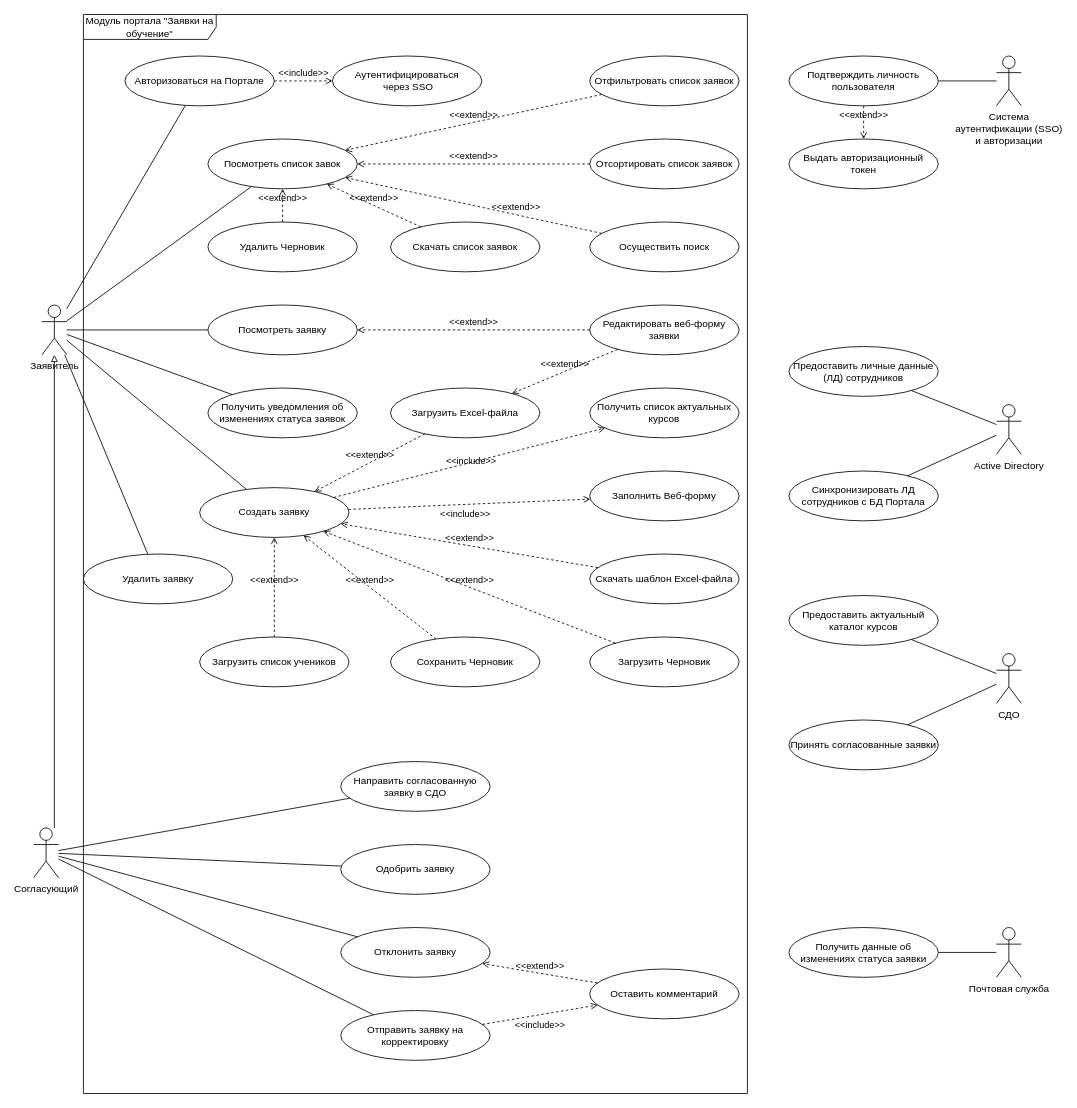
The draw.io diagram source/use_case/use_case_diagram.drawio in TrofimovMax/Information-Security-System, before the edit. Source tidied: cells renumbered, new cells numbered last; positions are measured from the earlier drawing's top-left corner, leaving out a move shared by most shapes. Both pictures are drawn from the tidied source at 83%, with x=0, y=0 at pixel (33, 14).
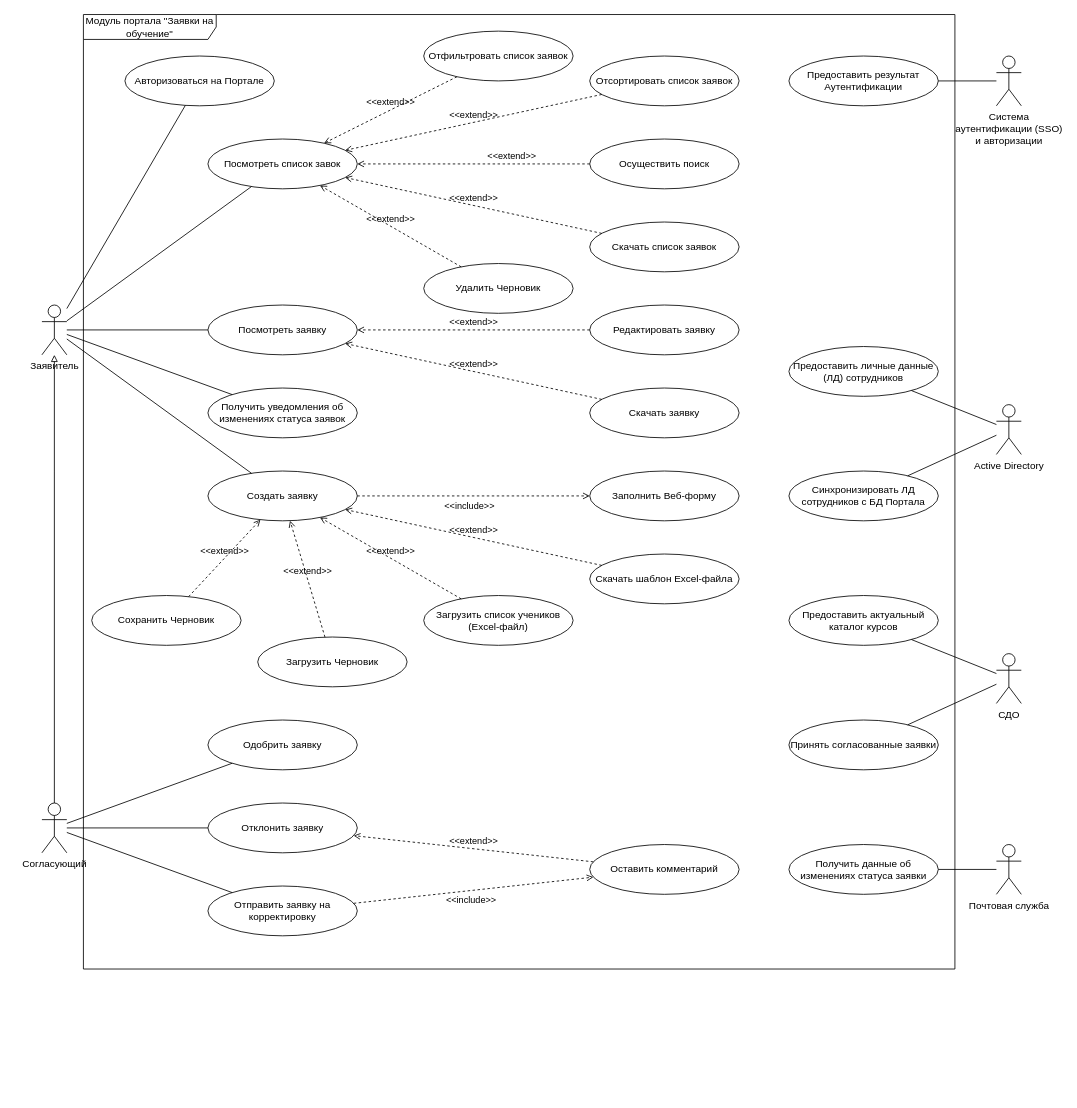
The same diagram, later.

Commit message (it also covers changes not shown here):
improvement: fixes after review part II

Unchanged cells that the change refers to:
```xml
<mxCell id="2" value="Заявитель" style="shape=umlActor;verticalLabelPosition=bottom;verticalAlign=top;html=1;" parent="1" vertex="1">
  <mxGeometry x="10" y="350" width="30" height="60" as="geometry" />
</mxCell>
<mxCell id="5" value="&lt;p&gt;&lt;/p&gt;&lt;p&gt;Авторизоваться на Портале&lt;/p&gt;" style="ellipse;whiteSpace=wrap;html=1;" parent="4" vertex="1">
  <mxGeometry x="50" y="50" width="180" height="60" as="geometry" />
</mxCell>
<mxCell id="26" value="&lt;p&gt;&lt;/p&gt;&lt;p&gt;Посмотреть заявку&lt;/p&gt;" style="ellipse;whiteSpace=wrap;html=1;" parent="4" vertex="1">
  <mxGeometry x="150" y="350" width="180" height="60" as="geometry" />
</mxCell>
```

Diff of the diagram source:
```diff
@@
     <mxCell id="3" value="Согласующий" style="shape=umlActor;verticalLabelPosition=bottom;verticalAlign=top;html=1;" parent="1" vertex="1">
-      <mxGeometry y="980" width="30" height="60" as="geometry" />
+      <mxGeometry x="10" y="950" width="30" height="60" as="geometry" />
     </mxCell>
     <mxCell id="4" value="&lt;span style=&quot;font-family: Helvetica; font-size: 12px; font-style: normal; font-variant-ligatures: normal; font-variant-caps: normal; font-weight: 400; letter-spacing: normal; orphans: 2; text-align: center; text-indent: 0px; text-transform: none; widows: 2; word-spacing: 0px; -webkit-text-stroke-width: 0px; white-space: normal; text-decoration-thickness: initial; text-decoration-style: initial; text-decoration-color: initial; float: none; display: inline !important;&quot;&gt;&lt;font style=&quot;color: rgb(0, 0, 0);&quot;&gt;Модуль портала &quot;Заявки на обучение&quot;&lt;/font&gt;&lt;/span&gt;" style="shape=umlFrame;whiteSpace=wrap;html=1;width=160;" parent="1" vertex="1">
-      <mxGeometry x="60" width="800" height="1300" as="geometry" />
+      <mxGeometry x="60" width="1050" height="1150" as="geometry" />
     </mxCell>
@@
-    <mxCell id="6" value="&lt;p&gt;&lt;/p&gt;&lt;p&gt;Аутентифицироваться&lt;br&gt;&amp;nbsp;через SSO&lt;/p&gt;" style="ellipse;whiteSpace=wrap;html=1;" parent="4" vertex="1">
-      <mxGeometry x="300" y="50" width="180" height="60" as="geometry" />
-    </mxCell>
-    <mxCell id="7" value="&amp;lt;&amp;lt;include&amp;gt;&amp;gt;" style="html=1;verticalAlign=bottom;labelBackgroundColor=none;endArrow=open;endFill=0;dashed=1;rounded=0;" parent="4" edge="1" source="5" target="6">
-      <mxGeometry relative="1" as="geometry" />
-    </mxCell>
@@
-    <mxCell id="9" value="&lt;p&gt;&lt;/p&gt;&lt;p&gt;Загрузить Excel-файла&lt;/p&gt;" style="ellipse;whiteSpace=wrap;html=1;" parent="4" vertex="1">
-      <mxGeometry x="370" y="450" width="180" height="60" as="geometry" />
+    <mxCell id="9" value="&lt;p&gt;&lt;/p&gt;&lt;p&gt;Загрузить список учеников (Excel-файл)&lt;/p&gt;" style="ellipse;whiteSpace=wrap;html=1;" parent="4" vertex="1">
+      <mxGeometry x="410" y="700" width="180" height="60" as="geometry" />
     </mxCell>
@@
-    <mxCell id="12" value="&lt;p&gt;&lt;/p&gt;&lt;p&gt;Получить список актуальных курсов&lt;/p&gt;" style="ellipse;whiteSpace=wrap;html=1;" parent="4" vertex="1">
-      <mxGeometry x="610" y="450" width="180" height="60" as="geometry" />
-    </mxCell>
-    <mxCell id="13" value="&lt;p&gt;&lt;/p&gt;&lt;p&gt;Редактировать веб-форму заявки&lt;/p&gt;" style="ellipse;whiteSpace=wrap;html=1;" parent="4" vertex="1">
+    <mxCell id="13" value="&lt;p&gt;&lt;/p&gt;&lt;p&gt;Редактировать заявку&lt;/p&gt;" style="ellipse;whiteSpace=wrap;html=1;" parent="4" vertex="1">
       <mxGeometry x="610" y="350" width="180" height="60" as="geometry" />
     </mxCell>
-    <mxCell id="14" value="&lt;p&gt;&lt;/p&gt;&lt;p&gt;Направить согласованную заявку в СДО&lt;/p&gt;" style="ellipse;whiteSpace=wrap;html=1;" parent="4" vertex="1">
-      <mxGeometry x="310" y="900" width="180" height="60" as="geometry" />
-    </mxCell>
     <mxCell id="15" value="&lt;p&gt;&lt;/p&gt;&lt;p&gt;Одобрить заявку&lt;/p&gt;" style="ellipse;whiteSpace=wrap;html=1;" parent="4" vertex="1">
-      <mxGeometry x="310" y="1000" width="180" height="60" as="geometry" />
+      <mxGeometry x="150" y="850" width="180" height="60" as="geometry" />
     </mxCell>
     <mxCell id="16" value="&lt;p&gt;&lt;/p&gt;&lt;p&gt;Отклонить заявку&lt;/p&gt;" style="ellipse;whiteSpace=wrap;html=1;" parent="4" vertex="1">
-      <mxGeometry x="310" y="1100" width="180" height="60" as="geometry" />
+      <mxGeometry x="150" y="950" width="180" height="60" as="geometry" />
     </mxCell>
     <mxCell id="17" value="&lt;p&gt;&lt;/p&gt;&lt;p&gt;Отправить заявку на корректировку&lt;/p&gt;" style="ellipse;whiteSpace=wrap;html=1;" parent="4" vertex="1">
-      <mxGeometry x="310" y="1200" width="180" height="60" as="geometry" />
+      <mxGeometry x="150" y="1050" width="180" height="60" as="geometry" />
     </mxCell>
     <mxCell id="18" value="&lt;p&gt;&lt;/p&gt;&lt;p&gt;Оставить комментарий&lt;/p&gt;" style="ellipse;whiteSpace=wrap;html=1;" parent="4" vertex="1">
-      <mxGeometry x="610" y="1150" width="180" height="60" as="geometry" />
+      <mxGeometry x="610" y="1000" width="180" height="60" as="geometry" />
     </mxCell>
@@
     <mxCell id="22" value="&lt;p&gt;&lt;/p&gt;&lt;p&gt;Отфильтровать список заявок&lt;/p&gt;" style="ellipse;whiteSpace=wrap;html=1;" parent="4" vertex="1">
-      <mxGeometry x="610" y="50" width="180" height="60" as="geometry" />
+      <mxGeometry x="410" y="20" width="180" height="60" as="geometry" />
     </mxCell>
     <mxCell id="23" value="&lt;p&gt;&lt;/p&gt;&lt;p&gt;Отсортировать список заявок&lt;/p&gt;" style="ellipse;whiteSpace=wrap;html=1;" parent="4" vertex="1">
-      <mxGeometry x="610" y="150" width="180" height="60" as="geometry" />
+      <mxGeometry x="610" y="50" width="180" height="60" as="geometry" />
     </mxCell>
@@
     <mxCell id="28" value="&lt;p&gt;&lt;/p&gt;&lt;p&gt;&lt;span style=&quot;font-weight: normal;&quot;&gt;Скачать список заявок&lt;/span&gt;&lt;/p&gt;" style="ellipse;whiteSpace=wrap;html=1;fontStyle=1;" parent="4" vertex="1">
-      <mxGeometry x="370" y="250" width="180" height="60" as="geometry" />
+      <mxGeometry x="610" y="250" width="180" height="60" as="geometry" />
     </mxCell>
@@
     <mxCell id="30" value="&lt;p&gt;&lt;/p&gt;&lt;p&gt;Осуществить поиск&lt;/p&gt;" style="ellipse;whiteSpace=wrap;html=1;" parent="4" vertex="1">
-      <mxGeometry x="610" y="250" width="180" height="60" as="geometry" />
+      <mxGeometry x="610" y="150" width="180" height="60" as="geometry" />
     </mxCell>
@@
     <mxCell id="32" value="&lt;p&gt;&lt;/p&gt;&lt;p&gt;Создать заявку&lt;/p&gt;" style="ellipse;whiteSpace=wrap;html=1;" parent="4" vertex="1">
-      <mxGeometry x="140" y="570" width="180" height="60" as="geometry" />
+      <mxGeometry x="150" y="550" width="180" height="60" as="geometry" />
     </mxCell>
@@
-    <mxCell id="34" value="&amp;lt;&amp;lt;extend&amp;gt;&amp;gt;" style="html=1;verticalAlign=bottom;labelBackgroundColor=none;endArrow=open;endFill=0;dashed=1;rounded=0;" parent="4" edge="1" source="13" target="9">
-      <mxGeometry relative="1" as="geometry" />
-    </mxCell>
     <mxCell id="35" value="&lt;p&gt;&lt;/p&gt;&lt;p&gt;Загрузить Черновик&lt;/p&gt;" style="ellipse;whiteSpace=wrap;html=1;" parent="4" vertex="1">
-      <mxGeometry x="610" y="750" width="180" height="60" as="geometry" />
+      <mxGeometry x="210" y="750" width="180" height="60" as="geometry" />
     </mxCell>
@@
-    <mxCell id="37" value="&lt;p&gt;&lt;/p&gt;&lt;p&gt;Загрузить список учеников&lt;/p&gt;" style="ellipse;whiteSpace=wrap;html=1;" parent="4" vertex="1">
-      <mxGeometry x="140" y="750" width="180" height="60" as="geometry" />
-    </mxCell>
-    <mxCell id="38" value="&amp;lt;&amp;lt;extend&amp;gt;&amp;gt;" style="html=1;verticalAlign=bottom;labelBackgroundColor=none;endArrow=open;endFill=0;dashed=1;rounded=0;" parent="4" edge="1" source="37" target="32">
-      <mxGeometry relative="1" as="geometry" />
-    </mxCell>
-    <mxCell id="39" value="&amp;lt;&amp;lt;include&amp;gt;&amp;gt;" style="html=1;verticalAlign=bottom;labelBackgroundColor=none;endArrow=open;endFill=0;dashed=1;rounded=0;" parent="4" edge="1" source="32" target="12">
-      <mxGeometry y="-7" relative="1" as="geometry" />
-    </mxCell>
     <mxCell id="40" value="&lt;p&gt;&lt;/p&gt;&lt;p&gt;Сохранить Черновик&lt;/p&gt;" style="ellipse;whiteSpace=wrap;html=1;" parent="4" vertex="1">
-      <mxGeometry x="370" y="750" width="180" height="60" as="geometry" />
+      <mxGeometry x="10" y="700" width="180" height="60" as="geometry" />
     </mxCell>
@@
     <mxCell id="44" value="&lt;p&gt;&lt;/p&gt;&lt;p&gt;Удалить Черновик&lt;/p&gt;" style="ellipse;whiteSpace=wrap;html=1;" parent="4" vertex="1">
-      <mxGeometry x="150" y="250" width="180" height="60" as="geometry" />
+      <mxGeometry x="410" y="300" width="180" height="60" as="geometry" />
     </mxCell>
@@
-    <mxCell id="46" value="&lt;p&gt;&lt;/p&gt;&lt;p&gt;Удалить заявку&lt;/p&gt;" style="ellipse;whiteSpace=wrap;html=1;" parent="4" vertex="1">
-      <mxGeometry y="650" width="180" height="60" as="geometry" />
-    </mxCell>
+    <mxCell id="76" value="&lt;p&gt;&lt;/p&gt;&lt;p&gt;Скачать заявку&lt;/p&gt;" style="ellipse;whiteSpace=wrap;html=1;" parent="4" vertex="1">
+      <mxGeometry x="610" y="450" width="180" height="60" as="geometry" />
+    </mxCell>
+    <mxCell id="77" value="&amp;lt;&amp;lt;extend&amp;gt;&amp;gt;" style="html=1;verticalAlign=bottom;labelBackgroundColor=none;endArrow=open;endFill=0;dashed=1;rounded=0;" parent="4" edge="1" source="76" target="26">
+      <mxGeometry relative="1" as="geometry" />
+    </mxCell>
+    <mxCell id="66" value="&lt;p&gt;&lt;/p&gt;&lt;p&gt;Получить данные об изменениях статуса заявки&lt;/p&gt;" style="ellipse;whiteSpace=wrap;html=1;" parent="4" vertex="1">
+      <mxGeometry x="850" y="1000" width="180" height="60" as="geometry" />
+    </mxCell>
@@
     <mxCell id="51" value="Почтовая служба" style="shape=umlActor;verticalLabelPosition=bottom;verticalAlign=top;html=1;" parent="1" vertex="1">
-      <mxGeometry x="1160" y="1100" width="30" height="60" as="geometry" />
+      <mxGeometry x="1160" y="1000" width="30" height="60" as="geometry" />
     </mxCell>
@@
-    <mxCell id="56" style="rounded=0;jettySize=auto;html=1;endArrow=none;endFill=0;" parent="1" edge="1" source="3" target="14">
-      <mxGeometry relative="1" as="geometry" />
-    </mxCell>
@@
-    <mxCell id="58" value="&lt;p&gt;&lt;/p&gt;&lt;p&gt;Подтверждить личность пользователя&lt;/p&gt;" style="ellipse;whiteSpace=wrap;html=1;" parent="1" vertex="1">
+    <mxCell id="58" value="&lt;p&gt;&lt;/p&gt;&lt;p&gt;Предоставить результат Аутентификации&lt;/p&gt;" style="ellipse;whiteSpace=wrap;html=1;" parent="1" vertex="1">
       <mxGeometry x="910" y="50" width="180" height="60" as="geometry" />
     </mxCell>
@@
-    <mxCell id="60" value="&lt;p&gt;&lt;/p&gt;&lt;p&gt;Выдать авторизационный токен&lt;/p&gt;" style="ellipse;whiteSpace=wrap;html=1;" parent="1" vertex="1">
-      <mxGeometry x="910" y="150" width="180" height="60" as="geometry" />
-    </mxCell>
-    <mxCell id="61" value="&amp;lt;&amp;lt;extend&amp;gt;&amp;gt;" style="html=1;verticalAlign=bottom;labelBackgroundColor=none;endArrow=open;endFill=0;dashed=1;rounded=0;" parent="1" edge="1" source="58" target="60">
-      <mxGeometry relative="1" as="geometry" />
-    </mxCell>
@@
-    <mxCell id="66" value="&lt;p&gt;&lt;/p&gt;&lt;p&gt;Получить данные об изменениях статуса заявки&lt;/p&gt;" style="ellipse;whiteSpace=wrap;html=1;" parent="1" vertex="1">
-      <mxGeometry x="910" y="1100" width="180" height="60" as="geometry" />
-    </mxCell>
@@
-    <mxCell id="75" style="rounded=0;jettySize=auto;html=1;endArrow=none;endFill=0;" parent="1" edge="1" source="2" target="46">
-      <mxGeometry relative="1" as="geometry" />
-    </mxCell>
```
